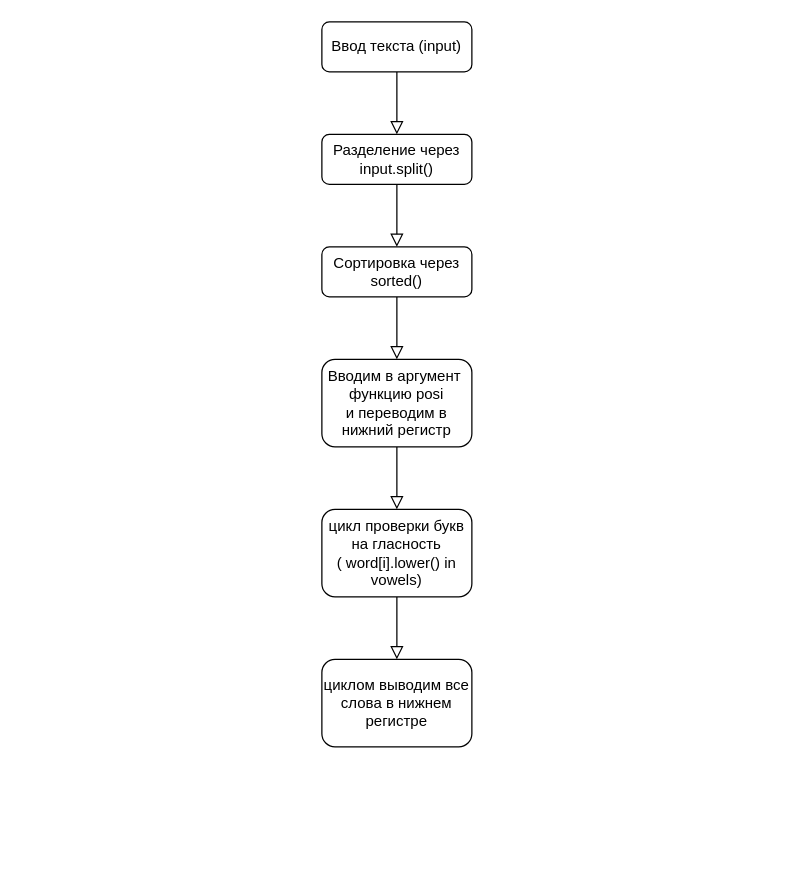
Earlier version of the draw.io diagram 22.drawio (LegendaryMouse/ZvonkovAndreyAlgoritmization). Source tidied: cells renumbered, new cells numbered last; positions are measured from the earlier drawing's top-left corner, leaving out a move shared by most shapes. Both pictures are drawn from the tidied source at 125%, with x=0, y=0 at pixel (321, 21).
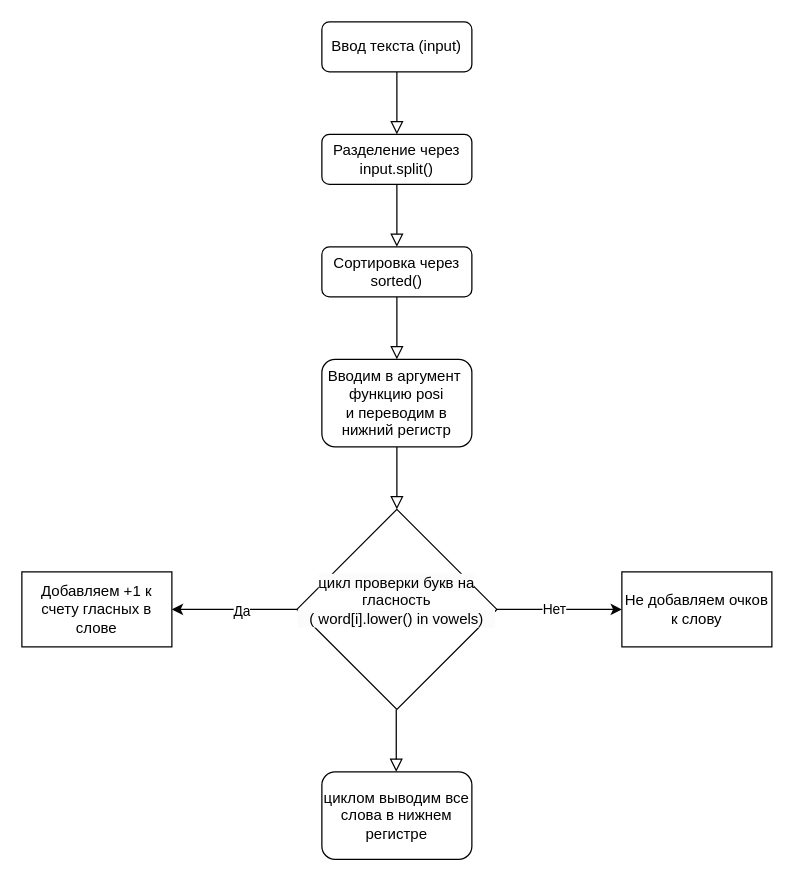
The same diagram, later.

Diff of the diagram source:
```diff
@@
-    <mxCell id="10" value="цикл проверки букв на гласность&lt;div&gt;(&amp;nbsp;word[i].lower() in vowels)&lt;/div&gt;" style="rounded=1;whiteSpace=wrap;html=1;fontSize=12;glass=0;strokeWidth=1;shadow=0;" parent="1" vertex="1">
-      <mxGeometry y="390" width="120" height="70" as="geometry" />
-    </mxCell>
     <mxCell id="11" style="rounded=0;html=1;jettySize=auto;orthogonalLoop=1;fontSize=11;endArrow=block;endFill=0;endSize=8;strokeWidth=1;shadow=0;labelBackgroundColor=none;edgeStyle=orthogonalEdgeStyle;" parent="1" edge="1">
       <mxGeometry relative="1" as="geometry">
-        <mxPoint x="60" y="460" as="sourcePoint" />
-        <mxPoint x="60" y="510" as="targetPoint" />
+        <mxPoint x="59.5" y="550" as="sourcePoint" />
+        <mxPoint x="59.5" y="600" as="targetPoint" />
+        <Array as="points">
+          <mxPoint x="59.5" y="590" />
+          <mxPoint x="59.5" y="590" />
+        </Array>
       </mxGeometry>
     </mxCell>
     <mxCell id="12" value="циклом выводим все слова в нижнем регистре" style="rounded=1;whiteSpace=wrap;html=1;fontSize=12;glass=0;strokeWidth=1;shadow=0;" parent="1" vertex="1">
-      <mxGeometry y="510" width="120" height="70" as="geometry" />
+      <mxGeometry y="600" width="120" height="70" as="geometry" />
     </mxCell>
+    <mxCell id="13" style="edgeStyle=orthogonalEdgeStyle;rounded=0;jettySize=auto;html=1;" parent="1" edge="1" source="10" target="17">
+      <mxGeometry relative="1" as="geometry" />
+    </mxCell>
+    <mxCell id="14" value="Нет" style="edgeLabel;html=1;align=center;verticalAlign=middle;" parent="13" vertex="1">
+      <mxGeometry x="-0.1" y="1" relative="1" as="geometry" />
+    </mxCell>
+    <mxCell id="15" style="edgeStyle=orthogonalEdgeStyle;rounded=0;jettySize=auto;html=1;" parent="1" edge="1" source="10" target="18">
+      <mxGeometry relative="1" as="geometry" />
+    </mxCell>
+    <mxCell id="16" value="Да" style="edgeLabel;html=1;align=center;verticalAlign=middle;" parent="15" vertex="1">
+      <mxGeometry x="-0.1" y="1" relative="1" as="geometry" />
+    </mxCell>
+    <mxCell id="10" value="&#10;&lt;span style=&quot;color: rgb(0, 0, 0); font-family: Helvetica; font-size: 12px; font-style: normal; font-variant-ligatures: normal; font-variant-caps: normal; font-weight: 400; letter-spacing: normal; orphans: 2; text-align: center; text-indent: 0px; text-transform: none; widows: 2; word-spacing: 0px; -webkit-text-stroke-width: 0px; white-space: normal; background-color: rgb(251, 251, 251); text-decoration-thickness: initial; text-decoration-style: initial; text-decoration-color: initial; display: inline !important; float: none;&quot;&gt;цикл проверки букв на гласность&lt;/span&gt;&lt;div style=&quot;color: rgb(0, 0, 0); font-family: Helvetica; font-size: 12px; font-style: normal; font-variant-ligatures: normal; font-variant-caps: normal; font-weight: 400; letter-spacing: normal; orphans: 2; text-align: center; text-indent: 0px; text-transform: none; widows: 2; word-spacing: 0px; -webkit-text-stroke-width: 0px; white-space: normal; background-color: rgb(251, 251, 251); text-decoration-thickness: initial; text-decoration-style: initial; text-decoration-color: initial;&quot;&gt;(&amp;nbsp;word[i].lower() in vowels)&lt;/div&gt;&#10;&#10;" style="rhombus;whiteSpace=wrap;html=1;" parent="1" vertex="1">
+      <mxGeometry x="-20" y="390" width="160" height="160" as="geometry" />
+    </mxCell>
+    <mxCell id="17" value="Не добавляем очков к слову" style="whiteSpace=wrap;html=1;" parent="1" vertex="1">
+      <mxGeometry x="240" y="440" width="120" height="60" as="geometry" />
+    </mxCell>
+    <mxCell id="18" value="Добавляем +1 к счету гласных в слове" style="whiteSpace=wrap;html=1;" parent="1" vertex="1">
+      <mxGeometry x="-240" y="440" width="120" height="60" as="geometry" />
+    </mxCell>
```
